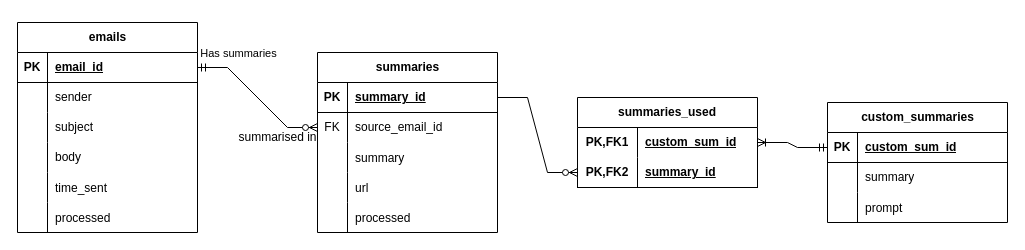
The draw.io diagram ER diagram.drawio in SimonsBrother/WTLDR, before the edit. Source tidied: cells renumbered, new cells numbered last; positions are measured from the earlier drawing's top-left corner, leaving out a move shared by most shapes. Both pictures are drawn from the tidied source at 100%, with x=0, y=0 at pixel (17, 22).
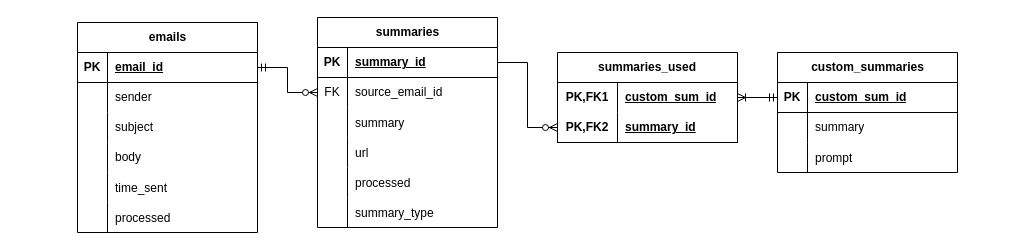
The same diagram, later.

Commit message (it also covers changes not shown here):
Added summary type to summaries table.

The change refers to these unchanged cells:
```xml
<mxCell id="47" style="edgeStyle=entityRelationEdgeStyle;fontSize=12;html=1;endArrow=ERzeroToMany;startArrow=ERmandOne;rounded=0;exitX=1;exitY=0.5;exitDx=0;exitDy=0;entryX=0;entryY=0.5;entryDx=0;entryDy=0;" parent="1" edge="1" source="3" target="25">
  <mxGeometry relative="1" as="geometry" />
</mxCell>
```

Change to the diagram source:
```diff
@@
     <mxCell id="2" value="emails" style="shape=table;startSize=30;childLayout=tableLayout;rowLines=0;fontStyle=1;align=center;html=1;" parent="1" vertex="1">
-      <mxGeometry width="180" height="210" as="geometry" />
+      <mxGeometry x="60" width="180" height="210" as="geometry" />
     </mxCell>
@@
     <mxCell id="21" value="summaries" style="shape=table;startSize=30;childLayout=tableLayout;rowLines=0;fontStyle=1;align=center;html=1;" parent="1" vertex="1">
-      <mxGeometry x="300" y="30" width="180" height="180" as="geometry" />
+      <mxGeometry x="300" y="-5" width="180" height="210" as="geometry" />
     </mxCell>
@@
+    <mxCell id="59" style="shape=tableRow;horizontal=0;startSize=0;swimlaneHead=0;swimlaneBody=0;fillColor=none;top=0;left=0;right=0;bottom=0;" parent="21" vertex="1">
+      <mxGeometry y="180" width="180" height="30" as="geometry" />
+    </mxCell>
+    <mxCell id="60" style="shape=partialRectangle;fillColor=none;top=0;left=0;bottom=0;right=0;overflow=hidden;" parent="59" vertex="1">
+      <mxGeometry width="30" height="30" as="geometry" />
+    </mxCell>
+    <mxCell id="61" value="summary_type" style="shape=partialRectangle;fillColor=none;top=0;left=0;bottom=0;right=0;align=left;spacingLeft=6;overflow=hidden;" parent="59" vertex="1">
+      <mxGeometry x="30" width="150" height="30" as="geometry" />
+    </mxCell>
     <mxCell id="37" value="custom_summaries" style="shape=table;startSize=30;childLayout=tableLayout;rowLines=0;fontStyle=1;align=center;html=1;" parent="1" vertex="1">
-      <mxGeometry x="810" y="80" width="180" height="120" as="geometry" />
+      <mxGeometry x="760" y="30" width="180" height="120" as="geometry" />
     </mxCell>
@@
-    <mxCell id="48" value="Has summaries" style="edgeLabel;html=1;align=center;verticalAlign=middle;" parent="47" vertex="1">
-      <mxGeometry x="-0.63" y="-1" relative="1" as="geometry">
-        <mxPoint x="13" y="-16" as="offset" />
-      </mxGeometry>
-    </mxCell>
     <mxCell id="49" value="summaries_used" style="shape=table;startSize=30;childLayout=tableLayout;rowLines=0;fontStyle=1;align=center;html=1;whiteSpace=wrap;" parent="1" vertex="1">
-      <mxGeometry x="560" y="75" width="180" height="90" as="geometry" />
+      <mxGeometry x="540" y="30" width="180" height="90" as="geometry" />
     </mxCell>
@@
-    <mxCell id="56" value="summarised in" style="text;html=1;align=center;verticalAlign=middle;strokeColor=none;fillColor=none;" parent="1" vertex="1">
-      <mxGeometry x="210" y="100" width="100" height="30" as="geometry" />
-    </mxCell>
```
